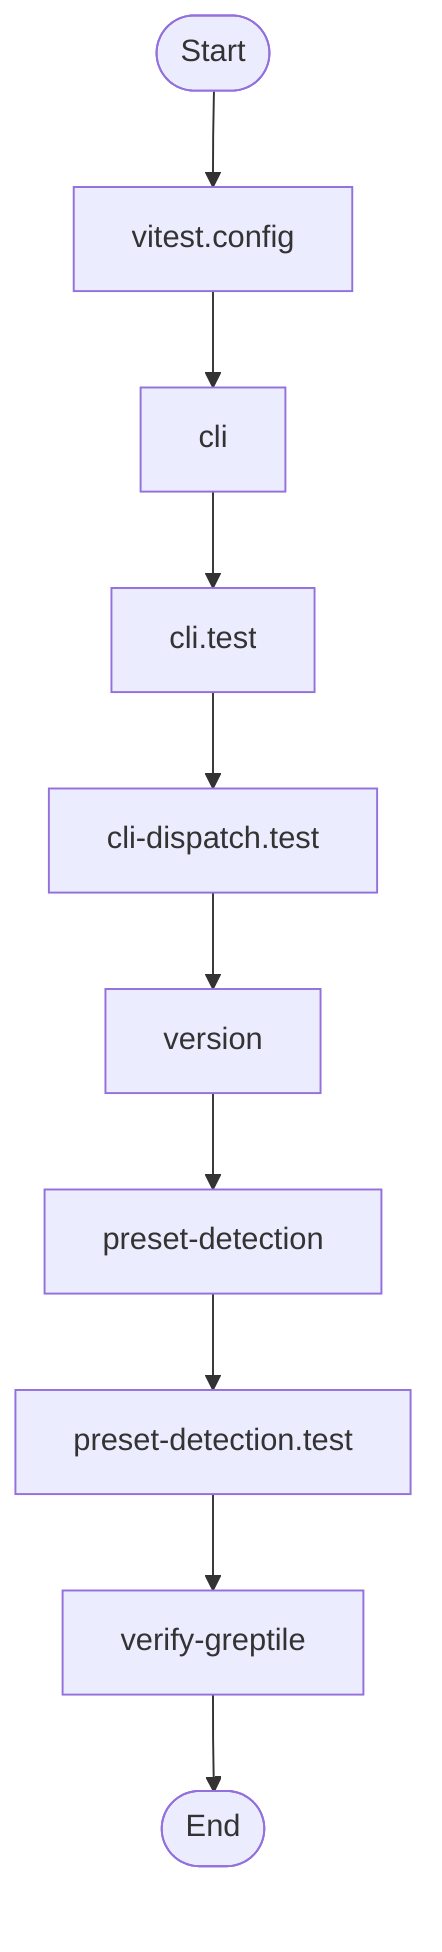
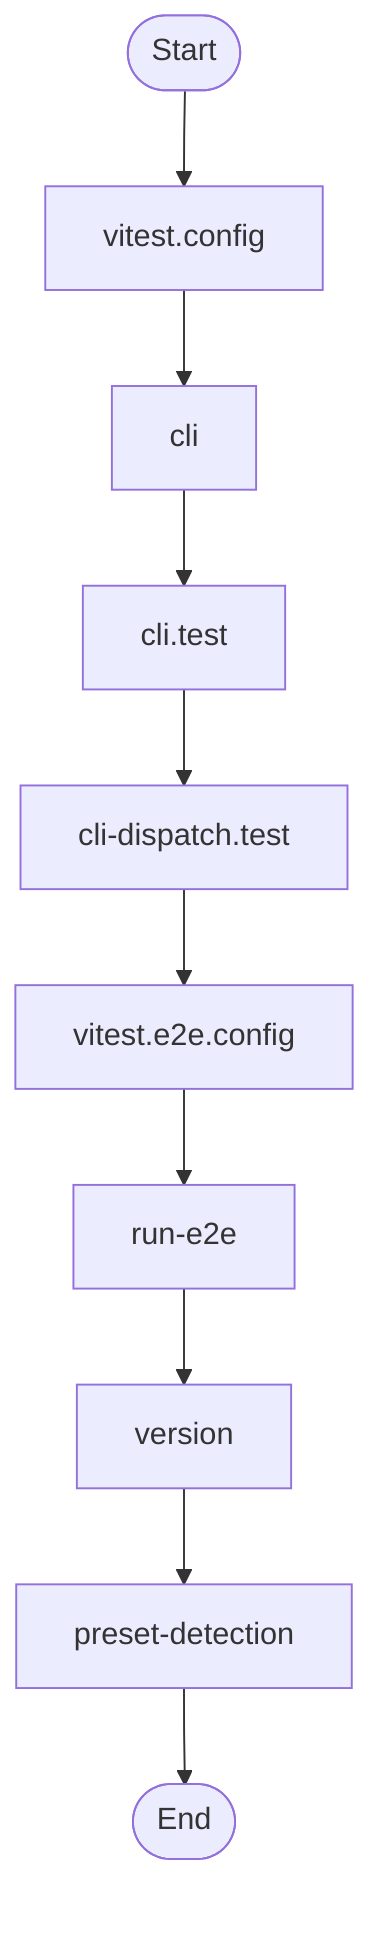
flowchart TD
  Start(["Start"])
  vitest_config_a9f1245e["vitest.config"]
  Start --> vitest_config_a9f1245e
  cli_99bb8840["cli"]
  vitest_config_a9f1245e --> cli_99bb8840
  cli_test_4851f28b["cli.test"]
  cli_99bb8840 --> cli_test_4851f28b
  cli_dispatch_test_54c9f17b["cli-dispatch.test"]
  cli_test_4851f28b --> cli_dispatch_test_54c9f17b
+   vitest_e2e_config_4e2a61bc["vitest.e2e.config"]
+   cli_dispatch_test_54c9f17b --> vitest_e2e_config_4e2a61bc
+   run_e2e_39efe696["run-e2e"]
+   vitest_e2e_config_4e2a61bc --> run_e2e_39efe696
  version_5ca4f385["version"]
-   cli_dispatch_test_54c9f17b --> version_5ca4f385
+   run_e2e_39efe696 --> version_5ca4f385
  preset_detection_b0f00a17["preset-detection"]
  version_5ca4f385 --> preset_detection_b0f00a17
-   preset_detection_test_13b58525["preset-detection.test"]
-   preset_detection_b0f00a17 --> preset_detection_test_13b58525
-   verify_greptile_227190f7["verify-greptile"]
-   preset_detection_test_13b58525 --> verify_greptile_227190f7
  End(["End"])
-   verify_greptile_227190f7 --> End
+   preset_detection_b0f00a17 --> End